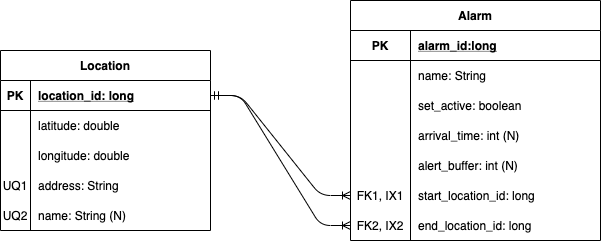
Above: docs/img/erd.png in pcutter1/true-alarm (draw.io), before the change. Source tidied: cells renumbered, new cells last; positions are measured from the earlier drawing's top-left corner, leaving out a move shared by most shapes.
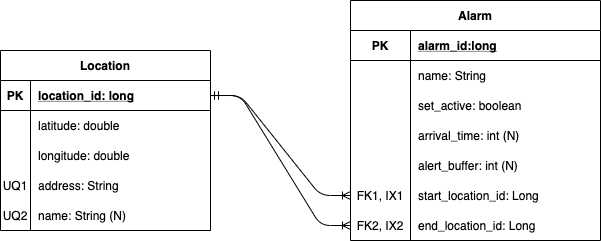
After the change.

The edit, as a diff of the source:
```diff
@@ -56,7 +56,7 @@
     <mxCell id="19" value="FK1, IX1" style="shape=partialRectangle;fillColor=none;top=0;left=0;bottom=0;right=0;overflow=hidden;" parent="18" vertex="1">
       <mxGeometry width="60" height="30" as="geometry" />
     </mxCell>
-    <mxCell id="20" value="start_location_id: long" style="shape=partialRectangle;fillColor=none;top=0;left=0;bottom=0;right=0;align=left;spacingLeft=6;overflow=hidden;" parent="18" vertex="1">
+    <mxCell id="20" value="start_location_id: Long" style="shape=partialRectangle;fillColor=none;top=0;left=0;bottom=0;right=0;align=left;spacingLeft=6;overflow=hidden;" parent="18" vertex="1">
       <mxGeometry x="60" width="190" height="30" as="geometry" />
     </mxCell>
     <mxCell id="21" style="shape=partialRectangle;fillColor=none;top=0;left=0;bottom=0;right=0;points=[[0,0.5],[1,0.5]];portConstraint=eastwest;" parent="2" vertex="1">
@@ -65,7 +65,7 @@
     <mxCell id="22" value="FK2, IX2" style="shape=partialRectangle;fillColor=none;top=0;left=0;bottom=0;right=0;overflow=hidden;" parent="21" vertex="1">
       <mxGeometry width="60" height="30" as="geometry" />
     </mxCell>
-    <mxCell id="23" value="end_location_id: long" style="shape=partialRectangle;fillColor=none;top=0;left=0;bottom=0;right=0;align=left;spacingLeft=6;overflow=hidden;" parent="21" vertex="1">
+    <mxCell id="23" value="end_location_id: Long" style="shape=partialRectangle;fillColor=none;top=0;left=0;bottom=0;right=0;align=left;spacingLeft=6;overflow=hidden;" parent="21" vertex="1">
       <mxGeometry x="60" width="190" height="30" as="geometry" />
     </mxCell>
     <mxCell id="24" value="Location" style="shape=table;startSize=30;rowLines=0;fontStyle=1;align=center;" parent="1" vertex="1">
```
